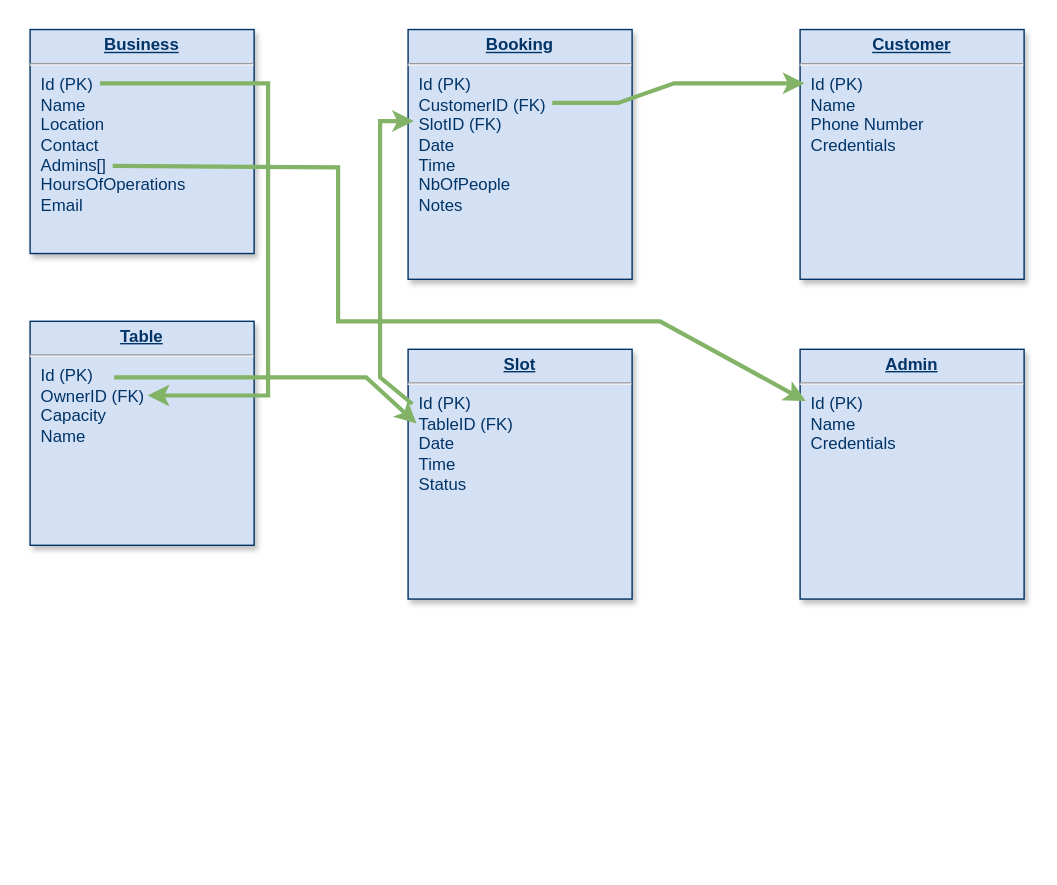
Before: conception/Data model.drawio in natelufuluabo/booking-system, a draw.io diagram. Source tidied: cells renumbered, new cells numbered last; positions are measured from the earlier drawing's top-left corner, leaving out a move shared by most shapes. Both pictures are drawn from the tidied source at 140%, with x=0, y=0 at pixel (29, 29).
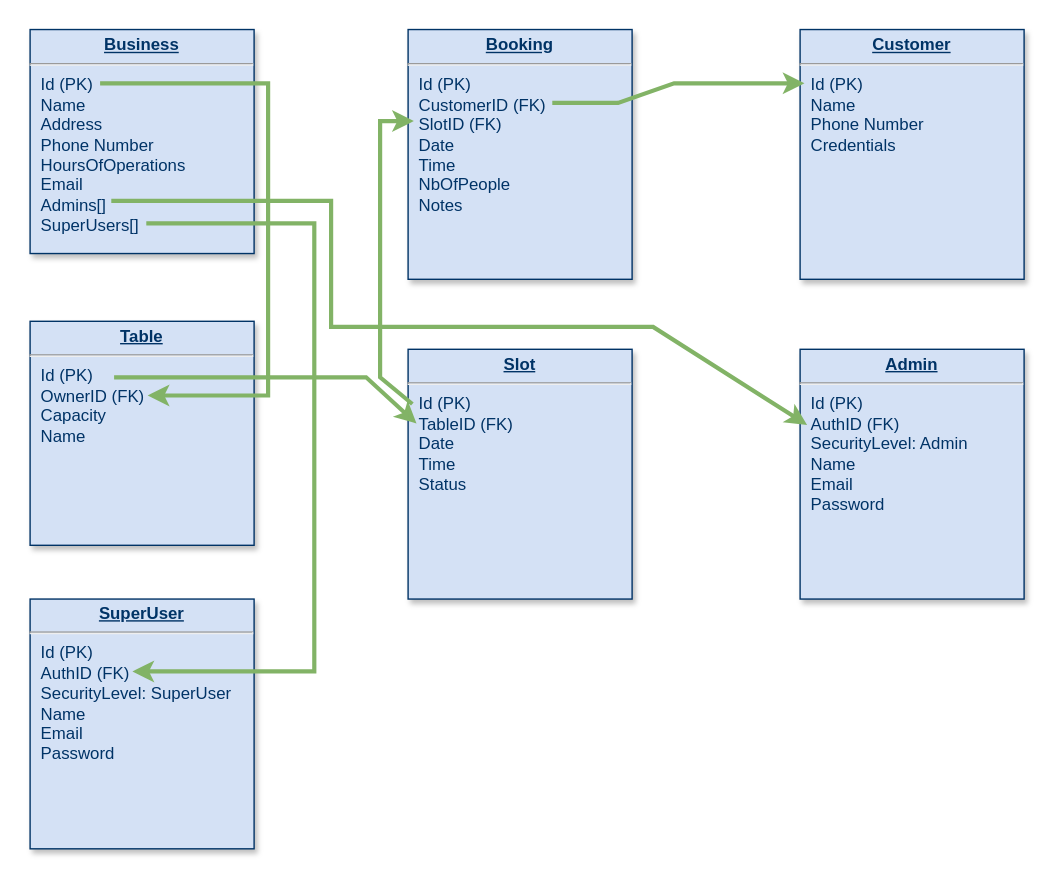
The same diagram, later.

The edit, as a diff of the source:
```diff
@@
-    <mxCell id="4" value="&lt;p style=&quot;margin: 0px; margin-top: 4px; text-align: center; text-decoration: underline;&quot;&gt;&lt;b&gt;Business&lt;/b&gt;&lt;/p&gt;&lt;hr&gt;&lt;p style=&quot;margin: 0px; margin-left: 8px;&quot;&gt;Id (PK)&lt;/p&gt;&lt;p style=&quot;margin: 0px; margin-left: 8px;&quot;&gt;Name&lt;/p&gt;&lt;p style=&quot;margin: 0px; margin-left: 8px;&quot;&gt;Location&lt;/p&gt;&lt;p style=&quot;margin: 0px; margin-left: 8px;&quot;&gt;Contact&lt;/p&gt;&lt;p style=&quot;margin: 0px; margin-left: 8px;&quot;&gt;Admins[]&lt;/p&gt;&lt;p style=&quot;margin: 0px; margin-left: 8px;&quot;&gt;HoursOfOperations&lt;/p&gt;&lt;p style=&quot;margin: 0px; margin-left: 8px;&quot;&gt;Email&lt;/p&gt;&lt;p style=&quot;margin: 0px; margin-left: 8px;&quot;&gt;&lt;br&gt;&lt;/p&gt;" style="verticalAlign=top;align=left;overflow=fill;fontSize=12;fontFamily=Helvetica;html=1;strokeColor=#003366;shadow=1;fillColor=#D4E1F5;fontColor=#003366;" parent="1" vertex="1">
+    <mxCell id="4" value="&lt;p style=&quot;margin: 0px; margin-top: 4px; text-align: center; text-decoration: underline;&quot;&gt;&lt;b&gt;Business&lt;/b&gt;&lt;/p&gt;&lt;hr&gt;&lt;p style=&quot;margin: 0px; margin-left: 8px;&quot;&gt;Id (PK)&lt;/p&gt;&lt;p style=&quot;margin: 0px; margin-left: 8px;&quot;&gt;Name&lt;/p&gt;&lt;p style=&quot;margin: 0px; margin-left: 8px;&quot;&gt;Address&lt;/p&gt;&lt;p style=&quot;margin: 0px; margin-left: 8px;&quot;&gt;Phone Number&lt;/p&gt;&lt;p style=&quot;margin: 0px; margin-left: 8px;&quot;&gt;HoursOfOperations&lt;br&gt;&lt;/p&gt;&lt;p style=&quot;margin: 0px; margin-left: 8px;&quot;&gt;Email&lt;br&gt;&lt;/p&gt;&lt;p style=&quot;margin: 0px; margin-left: 8px;&quot;&gt;Admins[]&lt;/p&gt;&lt;p style=&quot;margin: 0px; margin-left: 8px;&quot;&gt;SuperUsers[]&lt;/p&gt;&lt;p style=&quot;margin: 0px; margin-left: 8px;&quot;&gt;&lt;br&gt;&lt;/p&gt;&lt;p style=&quot;margin: 0px; margin-left: 8px;&quot;&gt;&lt;br&gt;&lt;/p&gt;&lt;p style=&quot;margin: 0px; margin-left: 8px;&quot;&gt;&lt;br&gt;&lt;/p&gt;" style="verticalAlign=top;align=left;overflow=fill;fontSize=12;fontFamily=Helvetica;html=1;strokeColor=#003366;shadow=1;fillColor=#D4E1F5;fontColor=#003366;" parent="1" vertex="1">
       <mxGeometry y="-0.4" width="160" height="160" as="geometry" />
     </mxCell>
@@
-    <mxCell id="11" value="&lt;p style=&quot;margin: 0px; margin-top: 4px; text-align: center; text-decoration: underline;&quot;&gt;&lt;b&gt;Admin&lt;/b&gt;&lt;/p&gt;&lt;hr&gt;&lt;p style=&quot;margin: 0px; margin-left: 8px;&quot;&gt;Id (PK)&lt;/p&gt;&lt;p style=&quot;margin: 0px; margin-left: 8px;&quot;&gt;Name&lt;/p&gt;&lt;p style=&quot;margin: 0px; margin-left: 8px;&quot;&gt;Credentials&lt;/p&gt;" style="verticalAlign=top;align=left;overflow=fill;fontSize=12;fontFamily=Helvetica;html=1;strokeColor=#003366;shadow=1;fillColor=#D4E1F5;fontColor=#003366;" parent="1" vertex="1">
+    <mxCell id="11" value="&lt;p style=&quot;margin: 0px; margin-top: 4px; text-align: center; text-decoration: underline;&quot;&gt;&lt;b&gt;Admin&lt;/b&gt;&lt;/p&gt;&lt;hr&gt;&lt;p style=&quot;margin: 0px; margin-left: 8px;&quot;&gt;Id (PK)&lt;/p&gt;&lt;p style=&quot;margin: 0px; margin-left: 8px;&quot;&gt;AuthID (FK)&lt;/p&gt;&lt;p style=&quot;margin: 0px; margin-left: 8px;&quot;&gt;SecurityLevel: Admin&lt;/p&gt;&lt;p style=&quot;margin: 0px; margin-left: 8px;&quot;&gt;Name&lt;/p&gt;&lt;p style=&quot;margin: 0px; margin-left: 8px;&quot;&gt;Email&lt;/p&gt;&lt;p style=&quot;margin: 0px; margin-left: 8px;&quot;&gt;Password&lt;/p&gt;" style="verticalAlign=top;align=left;overflow=fill;fontSize=12;fontFamily=Helvetica;html=1;strokeColor=#003366;shadow=1;fillColor=#D4E1F5;fontColor=#003366;" parent="1" vertex="1">
       <mxGeometry x="550" y="228" width="160" height="178.4" as="geometry" />
     </mxCell>
-    <mxCell id="12" style="endArrow=classic;html=1;rounded=0;fillColor=#d5e8d4;strokeColor=#82b366;strokeWidth=3;" parent="1" edge="1">
+    <mxCell id="12" style="endArrow=classic;html=1;rounded=0;fillColor=#d5e8d4;strokeColor=#82b366;strokeWidth=3;exitX=0.375;exitY=0.765;exitDx=0;exitDy=0;exitPerimeter=0;" parent="1" edge="1">
       <mxGeometry relative="1" as="geometry">
-        <mxPoint x="59" y="97" as="sourcePoint" />
-        <mxPoint x="554" y="265" as="targetPoint" />
+        <mxPoint x="58" y="122" as="sourcePoint" />
+        <mxPoint x="555" y="282" as="targetPoint" />
         <Array as="points">
-          <mxPoint x="220" y="98" />
-          <mxPoint x="220" y="208" />
-          <mxPoint x="310" y="208" />
-          <mxPoint x="450" y="208" />
+          <mxPoint x="215" y="122" />
+          <mxPoint x="215" y="212" />
+          <mxPoint x="305" y="212" />
+          <mxPoint x="445" y="212" />
         </Array>
       </mxGeometry>
     </mxCell>
+    <mxCell id="13" value="&lt;p style=&quot;margin: 4px 0px 0px; text-align: center; text-decoration: underline;&quot;&gt;&lt;b&gt;SuperUser&lt;/b&gt;&lt;/p&gt;&lt;hr&gt;&lt;p style=&quot;margin: 0px 0px 0px 8px;&quot;&gt;Id (PK)&lt;/p&gt;&lt;p style=&quot;margin: 0px 0px 0px 8px;&quot;&gt;AuthID (FK)&lt;/p&gt;&lt;p style=&quot;margin: 0px 0px 0px 8px;&quot;&gt;SecurityLevel: SuperUser&lt;/p&gt;&lt;p style=&quot;margin: 0px 0px 0px 8px;&quot;&gt;Name&lt;/p&gt;&lt;p style=&quot;margin: 0px 0px 0px 8px;&quot;&gt;Email&lt;/p&gt;&lt;p style=&quot;margin: 0px 0px 0px 8px;&quot;&gt;Password&lt;/p&gt;" style="verticalAlign=top;align=left;overflow=fill;fontSize=12;fontFamily=Helvetica;html=1;strokeColor=#003366;shadow=1;fillColor=#D4E1F5;fontColor=#003366;" parent="1" vertex="1">
+      <mxGeometry y="406.4" width="160" height="178.4" as="geometry" />
+    </mxCell>
+    <mxCell id="14" style="endArrow=classic;html=1;rounded=0;fillColor=#d5e8d4;strokeColor=#82b366;strokeWidth=3;entryX=0.438;entryY=0.29;entryDx=0;entryDy=0;entryPerimeter=0;" parent="1" edge="1">
+      <mxGeometry relative="1" as="geometry">
+        <mxPoint x="83" y="138" as="sourcePoint" />
+        <mxPoint x="73.1" y="458.1" as="targetPoint" />
+        <Array as="points">
+          <mxPoint x="203" y="138" />
+          <mxPoint x="203" y="458" />
+        </Array>
+      </mxGeometry>
+    </mxCell>
```
